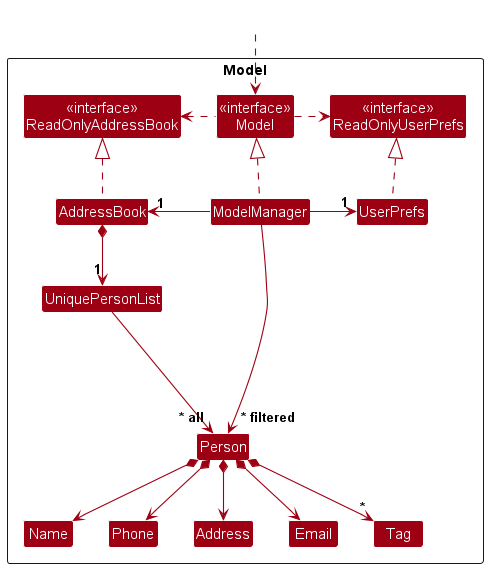
This is docs/images/ModelClassDiagram.png from nus-cs2103-AY2324S2/tp, a PlantUML export, as it was before one commit.
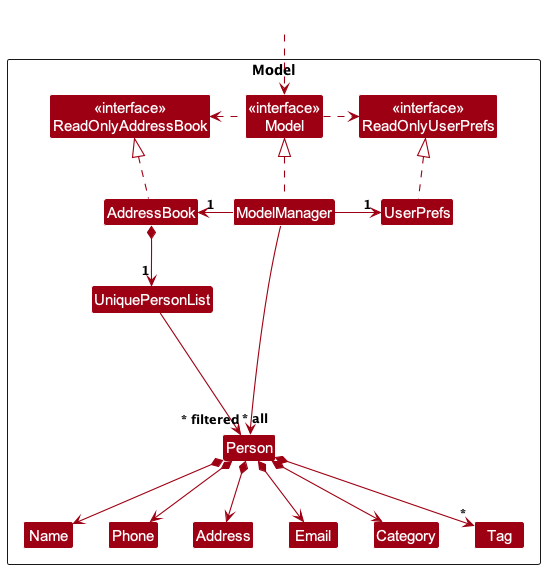
After the commit.

Commit message:
Update UML Diagram in DeveloperGuide.md

What changed in the source:
```diff
@@ -18,6 +18,7 @@
 Class Email
 Class Name
 Class Phone
+Class Category
 Class Tag
 
 Class I #FFFFFF
@@ -41,6 +42,7 @@
 Person *--> Phone
 Person *--> Email
 Person *--> Address
+Person *--> Category
 Person *--> "*" Tag
 
 Person -[hidden]up--> I
@@ -49,6 +51,7 @@
 Name -[hidden]right-> Phone
 Phone -[hidden]right-> Address
 Address -[hidden]right-> Email
+Email -[hidden]right-> Category
 
 ModelManager --> "~* filtered" Person
 @enduml
```
